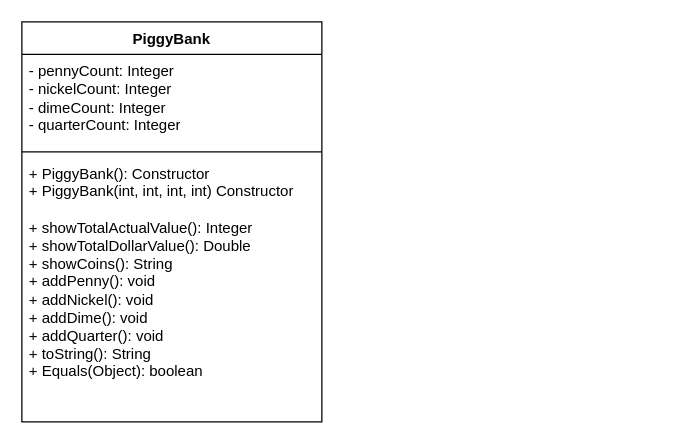
This is chapter7/src/UML/PiggyBank UML.drawio from schAssign/CS20P2F2024, a draw.io file, before an edit. Source tidied: cells renumbered, new cells numbered last; positions are measured from the earlier drawing's top-left corner, leaving out a move shared by most shapes. Both pictures are drawn from the tidied source at 125%, with x=0, y=0 at pixel (21, 21).
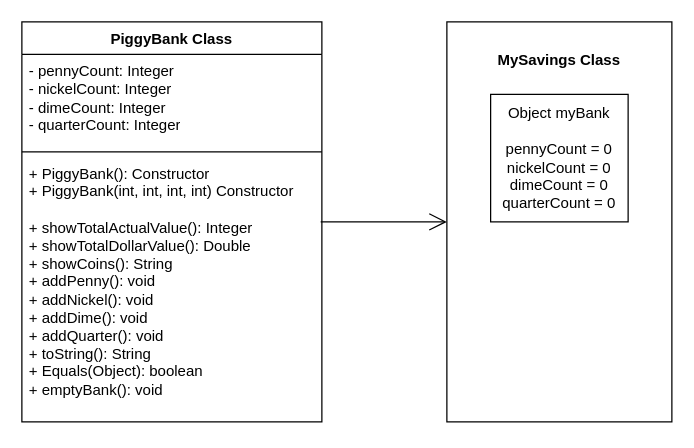
The same diagram, later.

The edit, as a diff of the source:
```diff
@@
 <mxGraphModel>
   <root>
     <mxCell id="0" />
     <mxCell id="1" parent="0" />
-    <mxCell id="2" value="PiggyBank" style="swimlane;fontStyle=1;align=center;verticalAlign=top;horizontal=1;startSize=26;whiteSpace=wrap;html=1;" parent="1" vertex="1">
+    <mxCell id="2" value="PiggyBank Class" style="swimlane;fontStyle=1;align=center;verticalAlign=top;horizontal=1;startSize=26;whiteSpace=wrap;html=1;" parent="1" vertex="1">
       <mxGeometry width="240" height="320" as="geometry" />
     </mxCell>
     <mxCell id="3" value="&lt;div&gt;- pennyCount: Integer&lt;/div&gt;&lt;div&gt;- nickelCount: Integer&lt;/div&gt;&lt;div&gt;- dimeCount: Integer&lt;/div&gt;&lt;div&gt;- quarterCount: Integer&lt;/div&gt;" style="text;strokeColor=none;fillColor=none;align=left;verticalAlign=top;spacingLeft=4;spacingRight=4;overflow=hidden;whiteSpace=wrap;html=1;" parent="2" vertex="1">
       <mxGeometry y="26" width="240" height="74" as="geometry" />
     </mxCell>
     <mxCell id="4" style="line;strokeWidth=1;fillColor=none;align=left;verticalAlign=middle;spacingTop=-1;spacingLeft=3;spacingRight=3;labelPosition=right;strokeColor=inherit;" parent="2" vertex="1">
       <mxGeometry y="100" width="240" height="8" as="geometry" />
     </mxCell>
-    <mxCell id="5" value="&lt;div&gt;+ PiggyBank(): Constructor&lt;/div&gt;&lt;div&gt;+ PiggyBank(int, int, int, int) Constructor&lt;br&gt;&lt;/div&gt;&lt;div&gt;&lt;br&gt;&lt;/div&gt;&lt;div&gt;+ showTotalActualValue(): Integer&lt;/div&gt;&lt;div&gt;+ showTotalDollarValue(): Double&lt;br&gt;&lt;/div&gt;&lt;div&gt;+ showCoins(): String&lt;/div&gt;&lt;div&gt;+ addPenny(): void&lt;br&gt;&lt;/div&gt;&lt;div&gt;+ addNickel(): void&lt;br&gt;&lt;/div&gt;&lt;div&gt;+ addDime(): void&lt;br&gt;&lt;/div&gt;&lt;div&gt;+ addQuarter(): void&lt;/div&gt;&lt;div&gt;+ toString(): String&lt;/div&gt;&lt;div&gt;+ Equals(Object): boolean&lt;br&gt;&lt;/div&gt;" style="text;strokeColor=none;fillColor=none;align=left;verticalAlign=top;spacingLeft=4;spacingRight=4;overflow=hidden;points=[[0,0.5],[1,0.5]];portConstraint=eastwest;whiteSpace=wrap;html=1;" parent="2" vertex="1">
+    <mxCell id="5" value="&lt;div&gt;+ PiggyBank(): Constructor&lt;/div&gt;&lt;div&gt;+ PiggyBank(int, int, int, int) Constructor&lt;br&gt;&lt;/div&gt;&lt;div&gt;&lt;br&gt;&lt;/div&gt;&lt;div&gt;+ showTotalActualValue(): Integer&lt;/div&gt;&lt;div&gt;+ showTotalDollarValue(): Double&lt;br&gt;&lt;/div&gt;&lt;div&gt;+ showCoins(): String&lt;/div&gt;&lt;div&gt;+ addPenny(): void&lt;br&gt;&lt;/div&gt;&lt;div&gt;+ addNickel(): void&lt;br&gt;&lt;/div&gt;&lt;div&gt;+ addDime(): void&lt;br&gt;&lt;/div&gt;&lt;div&gt;+ addQuarter(): void&lt;/div&gt;&lt;div&gt;+ toString(): String&lt;/div&gt;&lt;div&gt;+ Equals(Object): boolean&lt;/div&gt;&lt;div&gt;+ emptyBank(): void&lt;br&gt;&lt;/div&gt;" style="text;strokeColor=none;fillColor=none;align=left;verticalAlign=top;spacingLeft=4;spacingRight=4;overflow=hidden;points=[[0,0.5],[1,0.5]];portConstraint=eastwest;whiteSpace=wrap;html=1;" parent="2" vertex="1">
       <mxGeometry y="108" width="240" height="212" as="geometry" />
     </mxCell>
+    <mxCell id="6" style="endArrow=open;endFill=1;endSize=12;html=1;rounded=0;exitX=0.996;exitY=0.245;exitDx=0;exitDy=0;exitPerimeter=0;entryX=0;entryY=0.5;entryDx=0;entryDy=0;" parent="1" edge="1" source="5" target="7">
+      <mxGeometry relative="1" as="geometry" />
+    </mxCell>
+    <mxCell id="7" value="&lt;div&gt;&lt;b&gt;MySavings Class&lt;/b&gt;&lt;/div&gt;&lt;div&gt;&lt;b&gt;&lt;br&gt;&lt;/b&gt;&lt;/div&gt;&lt;div&gt;&lt;b&gt;&lt;br&gt;&lt;/b&gt;&lt;/div&gt;&lt;div&gt;&lt;b&gt;&lt;br&gt;&lt;/b&gt;&lt;/div&gt;&lt;div&gt;&lt;b&gt;&lt;br&gt;&lt;/b&gt;&lt;/div&gt;&lt;div&gt;&lt;b&gt;&lt;br&gt;&lt;/b&gt;&lt;/div&gt;&lt;div&gt;&lt;b&gt;&lt;br&gt;&lt;/b&gt;&lt;/div&gt;&lt;div&gt;&lt;b&gt;&lt;br&gt;&lt;/b&gt;&lt;/div&gt;&lt;div&gt;&lt;b&gt;&lt;br&gt;&lt;/b&gt;&lt;/div&gt;&lt;div&gt;&lt;b&gt;&lt;br&gt;&lt;/b&gt;&lt;/div&gt;&lt;div&gt;&lt;b&gt;&lt;br&gt;&lt;/b&gt;&lt;/div&gt;&lt;div&gt;&lt;b&gt;&lt;br&gt;&lt;/b&gt;&lt;/div&gt;&lt;div&gt;&lt;b&gt;&lt;br&gt;&lt;/b&gt;&lt;/div&gt;&lt;div&gt;&lt;b&gt;&lt;br&gt;&lt;/b&gt;&lt;/div&gt;&lt;div&gt;&lt;b&gt;&lt;br&gt;&lt;/b&gt;&lt;/div&gt;&lt;div&gt;&lt;b&gt;&lt;br&gt;&lt;/b&gt;&lt;/div&gt;&lt;div&gt;&lt;b&gt;&lt;br&gt;&lt;/b&gt;&lt;/div&gt;&lt;div&gt;&lt;b&gt;&lt;br&gt;&lt;/b&gt;&lt;/div&gt;&lt;div&gt;&lt;b&gt;&lt;br&gt;&lt;/b&gt;&lt;/div&gt;" style="html=1;whiteSpace=wrap;" parent="1" vertex="1">
+      <mxGeometry x="340" width="180" height="320" as="geometry" />
+    </mxCell>
+    <mxCell id="8" value="&lt;div&gt;Object myBank&lt;br&gt;&lt;/div&gt;&lt;div&gt;&lt;br&gt;&lt;/div&gt;&lt;div&gt;pennyCount = 0&lt;/div&gt;&lt;div&gt;nickelCount = 0&lt;/div&gt;&lt;div&gt;dimeCount = 0&lt;/div&gt;&lt;div&gt;quarterCount = 0&lt;br&gt;&lt;/div&gt;" style="html=1;whiteSpace=wrap;" parent="1" vertex="1">
+      <mxGeometry x="375" y="58" width="110" height="102" as="geometry" />
+    </mxCell>
   </root>
 </mxGraphModel>
```
